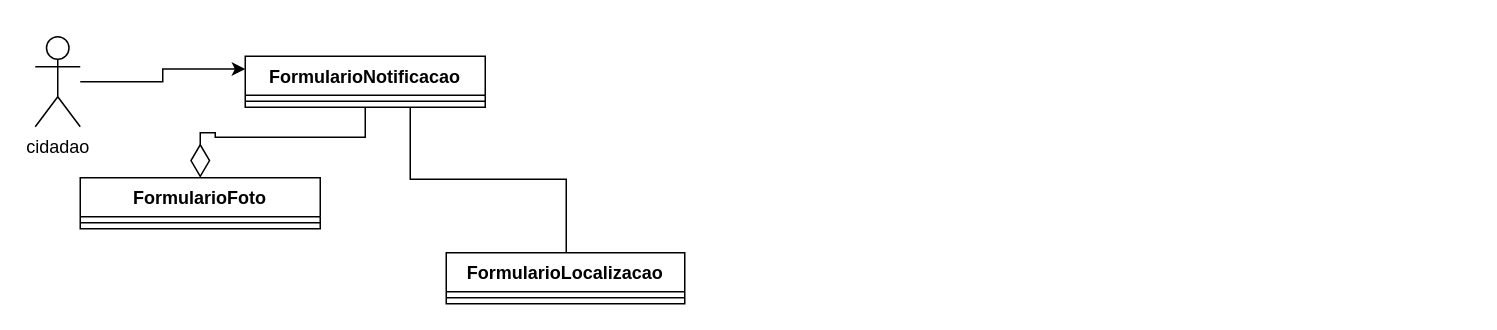
This is diagramas/classes.drawio from PuraFome/AEP-Segundo-Semestre-2022, a draw.io file, before an edit. Source tidied: cells renumbered, new cells numbered last; positions are measured from the earlier drawing's top-left corner, leaving out a move shared by most shapes. Both pictures are drawn from the tidied source at 150%, with x=0, y=0 at pixel (34, 36).
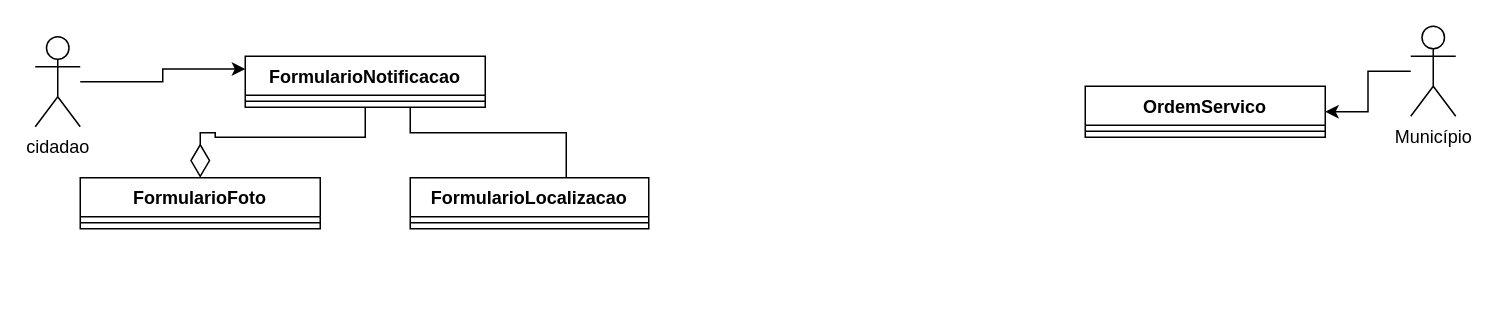
The same diagram, later.

Change to the diagram source:
```diff
@@
 <mxGraphModel>
   <root>
     <mxCell id="0" />
     <mxCell id="1" parent="0" />
     <mxCell id="2" style="edgeStyle=orthogonalEdgeStyle;rounded=0;jettySize=auto;html=1;endArrow=diamondThin;endFill=0;endSize=20;" parent="1" edge="1" source="4" target="8">
       <mxGeometry relative="1" as="geometry" />
     </mxCell>
     <mxCell id="3" style="edgeStyle=orthogonalEdgeStyle;rounded=0;jettySize=auto;html=1;endArrow=none;endFill=0;" parent="1" edge="1" source="4" target="10">
       <mxGeometry relative="1" as="geometry">
         <Array as="points">
-          <mxPoint x="250" y="95" />
-          <mxPoint x="354" y="95" />
+          <mxPoint x="250" y="64" />
+          <mxPoint x="354" y="64" />
         </Array>
       </mxGeometry>
     </mxCell>
     <mxCell id="4" value="FormularioNotificacao" style="swimlane;fontStyle=1;align=center;verticalAlign=top;horizontal=1;startSize=26;" parent="1" vertex="1">
       <mxGeometry x="140" y="13" width="160" height="34" as="geometry" />
     </mxCell>
     <mxCell id="5" style="line;strokeWidth=1;fillColor=none;align=left;verticalAlign=middle;spacingTop=-1;spacingLeft=3;spacingRight=3;labelPosition=right;strokeColor=inherit;" parent="4" vertex="1">
       <mxGeometry y="26" width="160" height="8" as="geometry" />
     </mxCell>
     <mxCell id="6" style="edgeStyle=orthogonalEdgeStyle;rounded=0;jettySize=auto;html=1;entryX=0;entryY=0.25;entryDx=0;entryDy=0;" parent="1" edge="1" source="7" target="4">
       <mxGeometry relative="1" as="geometry" />
     </mxCell>
     <mxCell id="7" value="cidadao" style="shape=umlActor;verticalLabelPosition=bottom;verticalAlign=top;html=1;" parent="1" vertex="1">
       <mxGeometry width="30" height="60" as="geometry" />
     </mxCell>
     <mxCell id="8" value="FormularioFoto" style="swimlane;fontStyle=1;align=center;verticalAlign=top;horizontal=1;startSize=26;" parent="1" vertex="1">
       <mxGeometry x="30" y="94" width="160" height="34" as="geometry" />
     </mxCell>
     <mxCell id="9" style="line;strokeWidth=1;fillColor=none;align=left;verticalAlign=middle;spacingTop=-1;spacingLeft=3;spacingRight=3;labelPosition=right;strokeColor=inherit;" parent="8" vertex="1">
       <mxGeometry y="26" width="160" height="8" as="geometry" />
     </mxCell>
     <mxCell id="10" value="FormularioLocalizacao" style="swimlane;fontStyle=1;align=center;verticalAlign=top;horizontal=1;startSize=26;" parent="1" vertex="1">
-      <mxGeometry x="274" y="144" width="159" height="34" as="geometry" />
+      <mxGeometry x="250" y="94" width="159" height="34" as="geometry" />
     </mxCell>
     <mxCell id="11" style="line;strokeWidth=1;fillColor=none;align=left;verticalAlign=middle;spacingTop=-1;spacingLeft=3;spacingRight=3;labelPosition=right;strokeColor=inherit;" parent="10" vertex="1">
       <mxGeometry y="26" width="159" height="8" as="geometry" />
     </mxCell>
+    <mxCell id="12" style="edgeStyle=orthogonalEdgeStyle;rounded=0;jettySize=auto;html=1;" parent="1" edge="1" source="13" target="14">
+      <mxGeometry relative="1" as="geometry" />
+    </mxCell>
+    <mxCell id="13" value="Município" style="shape=umlActor;verticalLabelPosition=bottom;verticalAlign=top;html=1;outlineConnect=0;" parent="1" vertex="1">
+      <mxGeometry x="917" y="-7" width="30" height="60" as="geometry" />
+    </mxCell>
+    <mxCell id="14" value="OrdemServico" style="swimlane;fontStyle=1;align=center;verticalAlign=top;horizontal=1;startSize=26;" parent="1" vertex="1">
+      <mxGeometry x="700" y="33" width="160" height="34" as="geometry" />
+    </mxCell>
+    <mxCell id="15" style="line;strokeWidth=1;fillColor=none;align=left;verticalAlign=middle;spacingTop=-1;spacingLeft=3;spacingRight=3;labelPosition=right;strokeColor=inherit;" parent="14" vertex="1">
+      <mxGeometry y="26" width="160" height="8" as="geometry" />
+    </mxCell>
   </root>
 </mxGraphModel>
```
